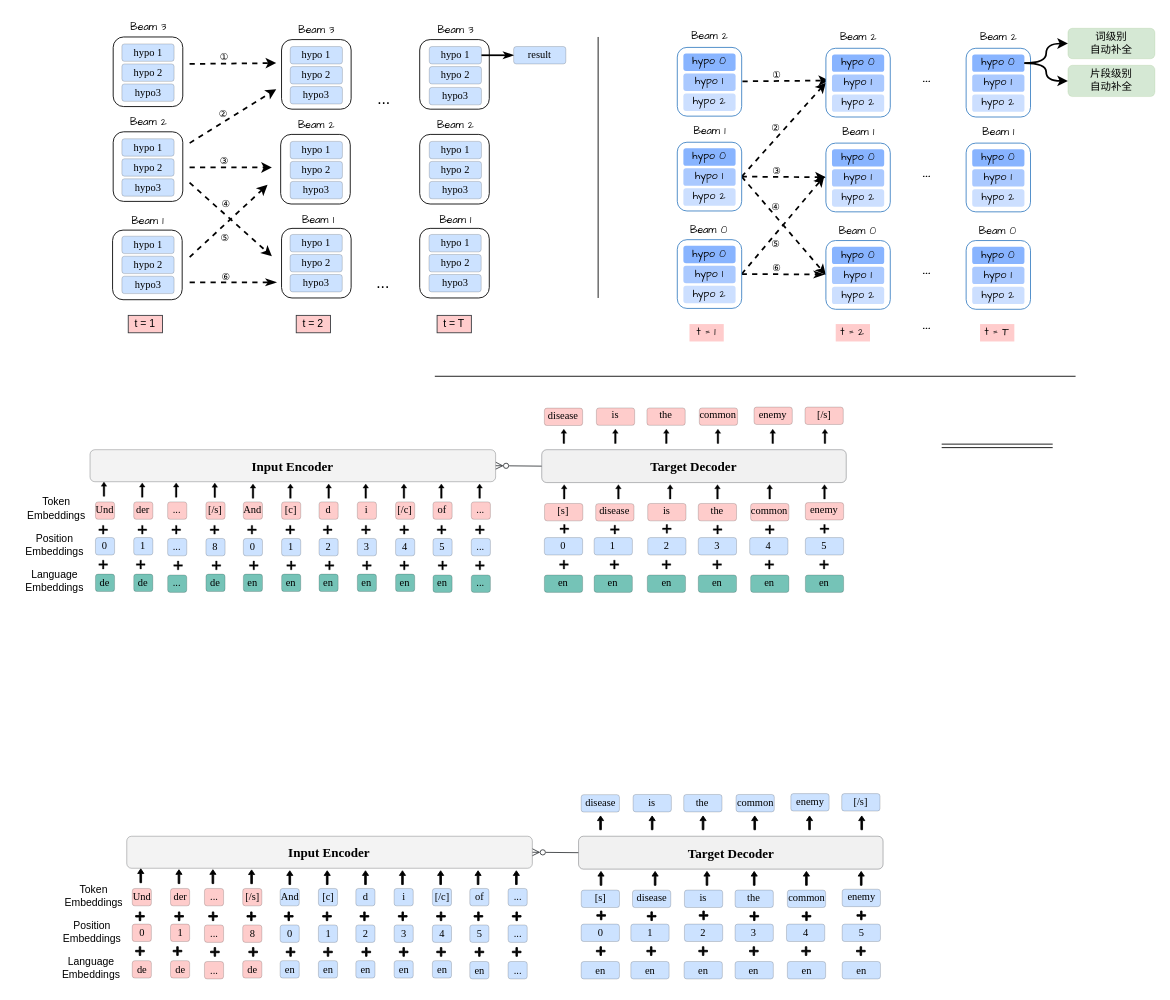
The draw.io diagram hard_constrained.drawio in yc1999/electra_pytorch, before the edit. Source tidied: cells renumbered, new cells numbered last; positions are measured from the earlier drawing's top-left corner, leaving out a move shared by most shapes. Both pictures are drawn from the tidied source at 87%, with x=0, y=0 at pixel (15, 15).
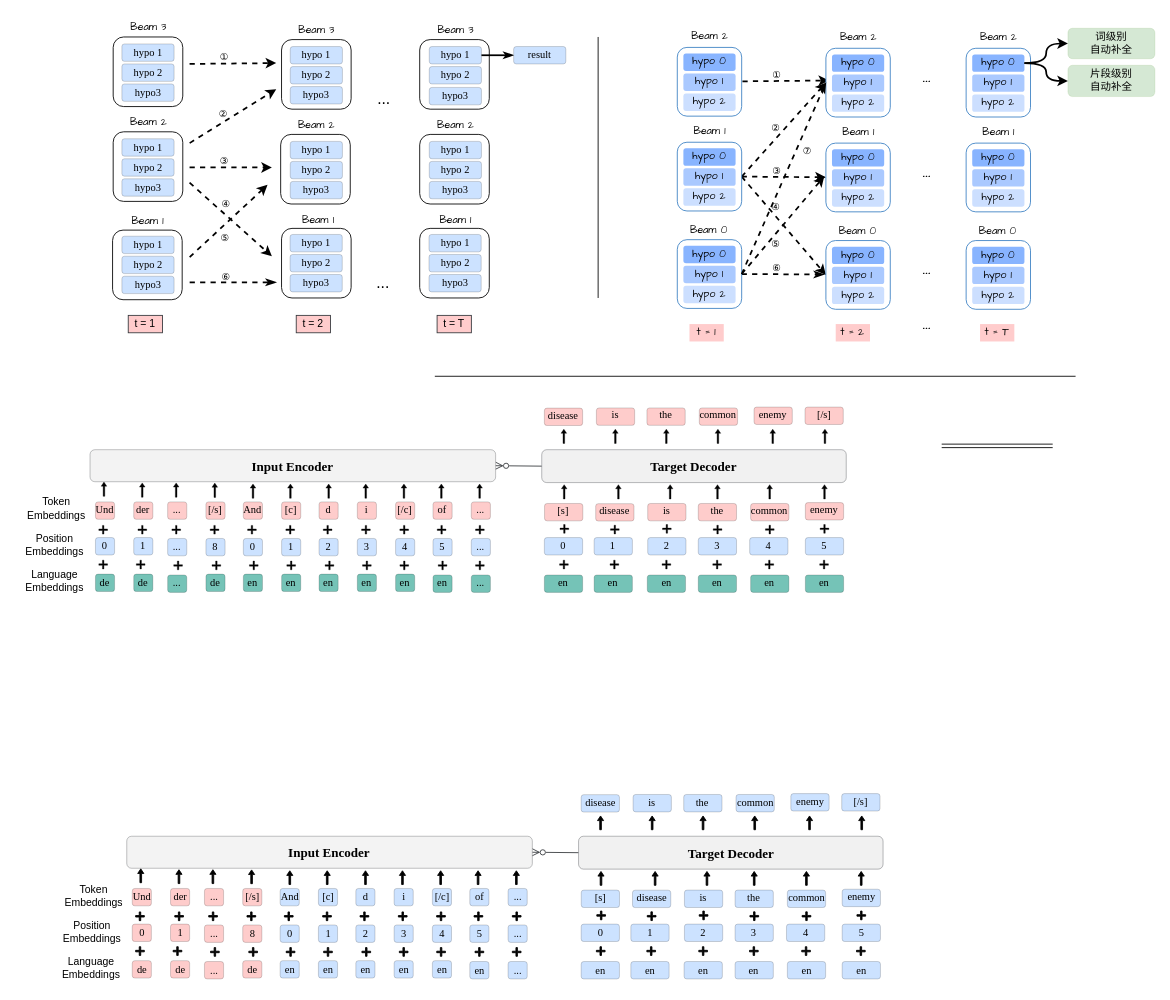
The same diagram, later.

The change refers to these unchanged cells:
```xml
<mxCell id="338" style="rounded=1;whiteSpace=wrap;html=1;strokeColor=#3B80C4;fontFamily=Comic Sans MS;" parent="337" vertex="1">
  <mxGeometry width="74" height="79" as="geometry" />
</mxCell>
<mxCell id="344" style="rounded=1;whiteSpace=wrap;html=1;strokeColor=#3B80C4;fontFamily=Comic Sans MS;" parent="343" vertex="1">
  <mxGeometry width="74" height="79" as="geometry" />
</mxCell>
```

Change to the diagram source:
```diff
@@
+    <mxCell id="387" style="endArrow=classicThin;html=1;rounded=0;endWidth=5.5078125;fillColor=#000000;strokeColor=default;gradientColor=none;dashed=1;endFill=1;strokeWidth=2;fontFamily=Comic Sans MS;exitX=1;exitY=0.5;exitDx=0;exitDy=0;entryX=0;entryY=0.5;entryDx=0;entryDy=0;" parent="1" edge="1" source="338" target="344">
+      <mxGeometry relative="1" as="geometry" />
+    </mxCell>
+    <mxCell id="388" value="⑦" style="edgeLabel;html=1;align=center;verticalAlign=middle;labelBackgroundColor=none;fontFamily=Helvetica;" parent="387" vertex="1">
+      <mxGeometry x="-0.04" y="4" relative="1" as="geometry">
+        <mxPoint x="32" y="-35" as="offset" />
+      </mxGeometry>
+    </mxCell>
```
